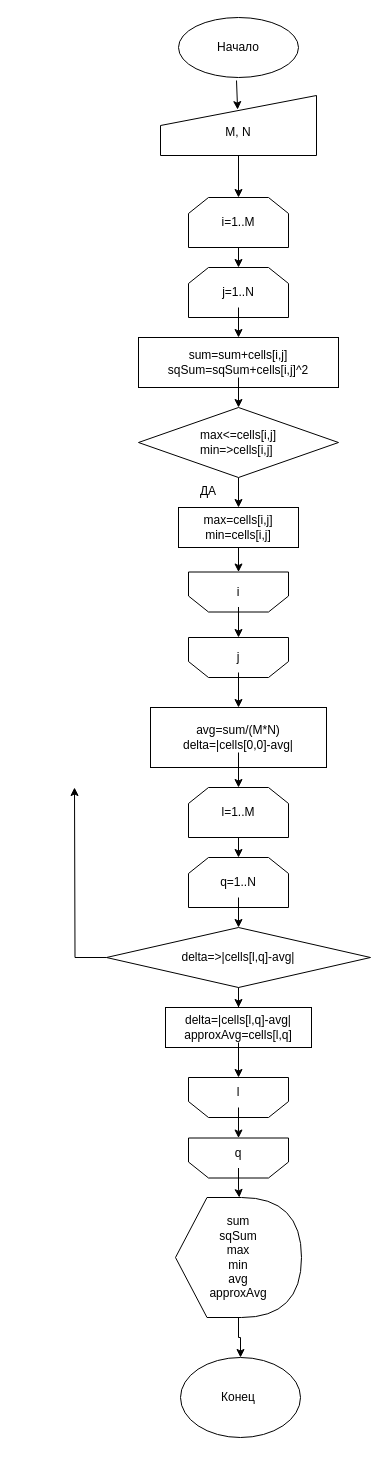
Before: Diagrams/Untitled Diagram.drawio in JustCyc/Suck_Delphi, a draw.io diagram. Source tidied: cells renumbered, new cells numbered last; positions are measured from the earlier drawing's top-left corner, leaving out a move shared by most shapes. Both pictures are drawn from the tidied source at 100%, with x=0, y=0 at pixel (74, 17).
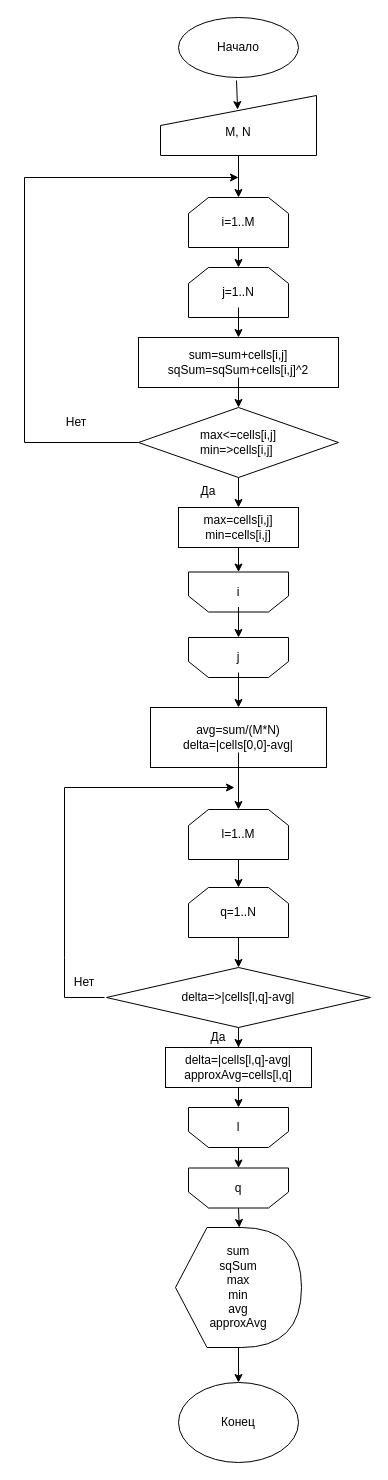
The same diagram, later.

The change refers to these unchanged cells:
```xml
<mxCell id="20" style="rhombus;whiteSpace=wrap;html=1;gradientColor=none;gradientDirection=east;" parent="1" vertex="1">
  <mxGeometry x="64" y="390" width="200" height="70" as="geometry" />
</mxCell>
```

Change to the diagram source:
```diff
@@
-    <mxCell id="24" value="ДА" style="text;html=1;strokeColor=none;fillColor=none;align=center;verticalAlign=middle;whiteSpace=wrap;rounded=0;" parent="1" vertex="1">
+    <mxCell id="24" value="Да" style="text;html=1;strokeColor=none;fillColor=none;align=center;verticalAlign=middle;whiteSpace=wrap;rounded=0;" parent="1" vertex="1">
       <mxGeometry x="104" y="459" width="60" height="30" as="geometry" />
     </mxCell>
@@
     <mxCell id="34" style="shape=loopLimit;whiteSpace=wrap;html=1;gradientColor=none;gradientDirection=east;" parent="1" vertex="1">
-      <mxGeometry x="114" y="770" width="100" height="50" as="geometry" />
+      <mxGeometry x="114" y="792" width="100" height="50" as="geometry" />
     </mxCell>
     <mxCell id="35" style="shape=loopLimit;whiteSpace=wrap;html=1;gradientColor=none;gradientDirection=east;" parent="1" vertex="1">
-      <mxGeometry x="114" y="840" width="100" height="50" as="geometry" />
+      <mxGeometry x="114" y="870" width="100" height="50" as="geometry" />
     </mxCell>
     <mxCell id="36" value="l=1..M" style="text;html=1;strokeColor=none;fillColor=none;align=center;verticalAlign=middle;whiteSpace=wrap;rounded=0;" parent="1" vertex="1">
-      <mxGeometry x="134" y="780" width="60" height="30" as="geometry" />
+      <mxGeometry x="134" y="802" width="60" height="30" as="geometry" />
     </mxCell>
-    <mxCell id="37" style="edgeStyle=orthogonalEdgeStyle;rounded=0;jettySize=auto;html=1;entryX=0.5;entryY=0;entryDx=0;entryDy=0;" parent="1" edge="1" source="38" target="42">
-      <mxGeometry relative="1" as="geometry" />
+    <mxCell id="37" style="edgeStyle=orthogonalEdgeStyle;rounded=0;jettySize=auto;html=1;entryX=0.5;entryY=0;entryDx=0;entryDy=0;" parent="1" edge="1" target="42">
+      <mxGeometry relative="1" as="geometry">
+        <mxPoint x="164" y="920" as="sourcePoint" />
+      </mxGeometry>
     </mxCell>
     <mxCell id="38" value="q=1..N" style="text;html=1;strokeColor=none;fillColor=none;align=center;verticalAlign=middle;whiteSpace=wrap;rounded=0;" parent="1" vertex="1">
-      <mxGeometry x="134" y="850" width="60" height="30" as="geometry" />
+      <mxGeometry x="134" y="880" width="60" height="30" as="geometry" />
     </mxCell>
     <mxCell id="39" style="rounded=0;whiteSpace=wrap;html=1;gradientColor=none;gradientDirection=east;" parent="1" vertex="1">
-      <mxGeometry x="91" y="990" width="146" height="40" as="geometry" />
+      <mxGeometry x="91" y="1030" width="146" height="40" as="geometry" />
     </mxCell>
@@
-    <mxCell id="41" style="edgeStyle=orthogonalEdgeStyle;rounded=0;jettySize=auto;html=1;exitX=0;exitY=0.5;exitDx=0;exitDy=0;" parent="1" edge="1" source="42">
-      <mxGeometry relative="1" as="geometry">
-        <mxPoint y="770" as="targetPoint" />
-      </mxGeometry>
-    </mxCell>
     <mxCell id="42" style="rhombus;whiteSpace=wrap;html=1;gradientColor=none;gradientDirection=east;" parent="1" vertex="1">
-      <mxGeometry x="32" y="910" width="264" height="60" as="geometry" />
+      <mxGeometry x="32" y="950" width="264" height="60" as="geometry" />
     </mxCell>
     <mxCell id="43" value="delta=&amp;gt;|cells[l,q]-avg|" style="text;html=1;strokeColor=none;fillColor=none;align=center;verticalAlign=middle;whiteSpace=wrap;rounded=0;" parent="1" vertex="1">
-      <mxGeometry x="106" y="925" width="116" height="30" as="geometry" />
+      <mxGeometry x="106" y="965" width="116" height="30" as="geometry" />
     </mxCell>
-    <mxCell id="44" style="edgeStyle=orthogonalEdgeStyle;rounded=0;jettySize=auto;html=1;entryX=0.5;entryY=0;entryDx=0;entryDy=0;" parent="1" edge="1" source="45" target="49">
+    <mxCell id="44" style="edgeStyle=orthogonalEdgeStyle;rounded=0;jettySize=auto;html=1;entryX=0.5;entryY=1;entryDx=0;entryDy=0;exitX=0.5;exitY=1;exitDx=0;exitDy=0;" parent="1" edge="1" source="39" target="47">
       <mxGeometry relative="1" as="geometry" />
     </mxCell>
     <mxCell id="45" value="delta=|cells[l,q]-avg|&lt;br&gt;approxAvg=cells[l,q]" style="text;html=1;strokeColor=none;fillColor=none;align=center;verticalAlign=middle;whiteSpace=wrap;rounded=0;" parent="1" vertex="1">
-      <mxGeometry x="106" y="995" width="116" height="30" as="geometry" />
+      <mxGeometry x="106" y="1035" width="116" height="30" as="geometry" />
     </mxCell>
     <mxCell id="46" style="shape=loopLimit;whiteSpace=wrap;html=1;gradientColor=none;gradientDirection=east;rotation=-180;" parent="1" vertex="1">
-      <mxGeometry x="114" y="1120.5" width="100" height="40" as="geometry" />
+      <mxGeometry x="114" y="1150.5" width="100" height="40" as="geometry" />
     </mxCell>
     <mxCell id="47" style="shape=loopLimit;whiteSpace=wrap;html=1;gradientColor=none;gradientDirection=east;rotation=-180;" parent="1" vertex="1">
-      <mxGeometry x="114" y="1060" width="100" height="40" as="geometry" />
+      <mxGeometry x="114" y="1090" width="100" height="40" as="geometry" />
     </mxCell>
-    <mxCell id="48" style="edgeStyle=orthogonalEdgeStyle;rounded=0;jettySize=auto;html=1;entryX=0.5;entryY=1;entryDx=0;entryDy=0;" parent="1" edge="1" source="49" target="46">
+    <mxCell id="48" style="edgeStyle=orthogonalEdgeStyle;rounded=0;jettySize=auto;html=1;entryX=0.5;entryY=1;entryDx=0;entryDy=0;exitX=0.5;exitY=0;exitDx=0;exitDy=0;" parent="1" edge="1" source="47" target="46">
       <mxGeometry relative="1" as="geometry" />
     </mxCell>
     <mxCell id="49" value="l" style="text;html=1;strokeColor=none;fillColor=none;align=center;verticalAlign=middle;whiteSpace=wrap;rounded=0;" parent="1" vertex="1">
-      <mxGeometry x="134" y="1060" width="60" height="30" as="geometry" />
+      <mxGeometry x="134" y="1095" width="60" height="30" as="geometry" />
     </mxCell>
-    <mxCell id="50" style="edgeStyle=orthogonalEdgeStyle;rounded=0;jettySize=auto;html=1;entryX=0;entryY=0;entryDx=63.75;entryDy=0;entryPerimeter=0;" parent="1" edge="1" source="51" target="53">
+    <mxCell id="50" style="edgeStyle=orthogonalEdgeStyle;rounded=0;jettySize=auto;html=1;entryX=0;entryY=0;entryDx=63.75;entryDy=0;entryPerimeter=0;exitX=0.5;exitY=0;exitDx=0;exitDy=0;" parent="1" edge="1" source="46" target="53">
       <mxGeometry relative="1" as="geometry" />
     </mxCell>
     <mxCell id="51" value="q" style="text;html=1;strokeColor=none;fillColor=none;align=center;verticalAlign=middle;whiteSpace=wrap;rounded=0;" parent="1" vertex="1">
-      <mxGeometry x="134" y="1120.5" width="60" height="30" as="geometry" />
+      <mxGeometry x="134" y="1155.5" width="60" height="30" as="geometry" />
     </mxCell>
@@
     <mxCell id="53" style="shape=display;whiteSpace=wrap;html=1;gradientColor=none;gradientDirection=east;" parent="1" vertex="1">
-      <mxGeometry x="101" y="1180" width="126" height="120" as="geometry" />
+      <mxGeometry x="101" y="1210" width="126" height="120" as="geometry" />
     </mxCell>
     <mxCell id="54" value="sum&lt;br&gt;sqSum&lt;br&gt;max&lt;br&gt;min&lt;br&gt;avg&lt;br&gt;approxAvg" style="text;html=1;strokeColor=none;fillColor=none;align=center;verticalAlign=middle;whiteSpace=wrap;rounded=0;" parent="1" vertex="1">
-      <mxGeometry x="134" y="1225" width="60" height="30" as="geometry" />
+      <mxGeometry x="134" y="1255" width="60" height="30" as="geometry" />
     </mxCell>
     <mxCell id="55" style="ellipse;whiteSpace=wrap;html=1;gradientColor=none;gradientDirection=east;" parent="1" vertex="1">
-      <mxGeometry x="106" y="1340" width="120" height="80" as="geometry" />
+      <mxGeometry x="104" y="1365" width="120" height="80" as="geometry" />
     </mxCell>
     <mxCell id="56" value="Конец" style="text;html=1;strokeColor=none;fillColor=none;align=center;verticalAlign=middle;whiteSpace=wrap;rounded=0;" parent="1" vertex="1">
-      <mxGeometry x="134" y="1365" width="60" height="30" as="geometry" />
+      <mxGeometry x="134" y="1390" width="60" height="30" as="geometry" />
     </mxCell>
+    <mxCell id="57" style="endArrow=classic;html=1;rounded=0;" parent="1" edge="1">
+      <mxGeometry relative="1" as="geometry">
+        <mxPoint x="30" y="980" as="sourcePoint" />
+        <mxPoint x="160" y="770" as="targetPoint" />
+        <Array as="points">
+          <mxPoint x="-10" y="980" />
+          <mxPoint x="-10" y="940" />
+          <mxPoint x="-10" y="770" />
+        </Array>
+      </mxGeometry>
+    </mxCell>
+    <mxCell id="58" value="Да" style="text;html=1;strokeColor=none;fillColor=none;align=center;verticalAlign=middle;whiteSpace=wrap;rounded=0;" parent="1" vertex="1">
+      <mxGeometry x="114" y="1005" width="60" height="30" as="geometry" />
+    </mxCell>
+    <mxCell id="59" value="Нет" style="text;html=1;strokeColor=none;fillColor=none;align=center;verticalAlign=middle;whiteSpace=wrap;rounded=0;" parent="1" vertex="1">
+      <mxGeometry x="-20" y="950" width="60" height="30" as="geometry" />
+    </mxCell>
+    <mxCell id="60" style="endArrow=classic;html=1;rounded=0;exitX=0;exitY=0.5;exitDx=0;exitDy=0;" parent="1" edge="1" source="20">
+      <mxGeometry relative="1" as="geometry">
+        <mxPoint x="164" y="160" as="targetPoint" />
+        <Array as="points">
+          <mxPoint x="-50" y="425" />
+          <mxPoint x="-50" y="160" />
+        </Array>
+      </mxGeometry>
+    </mxCell>
+    <mxCell id="61" value="Нет" style="text;html=1;strokeColor=none;fillColor=none;align=center;verticalAlign=middle;whiteSpace=wrap;rounded=0;" parent="1" vertex="1">
+      <mxGeometry x="-28" y="390" width="60" height="30" as="geometry" />
+    </mxCell>
```
